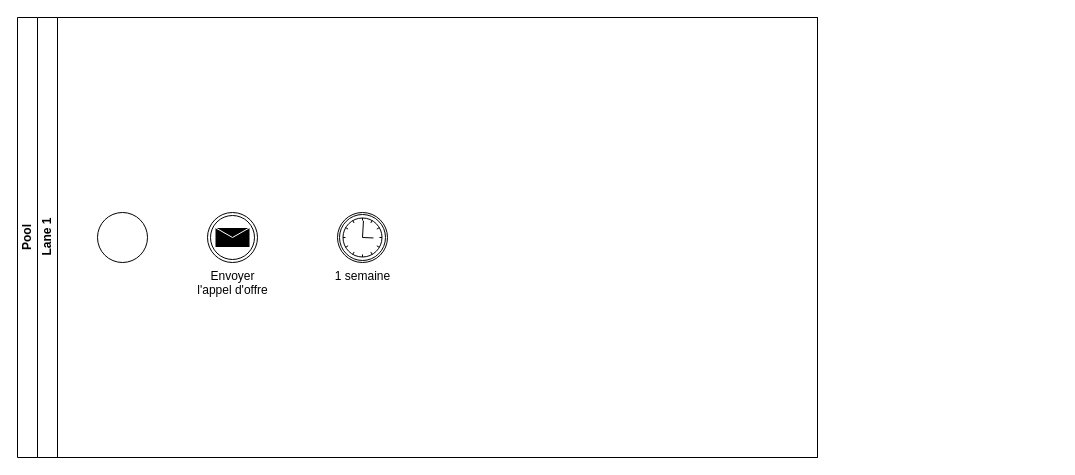
The draw.io diagram AppelOffre.drawio in quemet/Draw.io, before the edit. Source tidied: cells renumbered, new cells numbered last; positions are measured from the earlier drawing's top-left corner, leaving out a move shared by most shapes. Both pictures are drawn from the tidied source at 100%, with x=0, y=0 at pixel (17, 17).
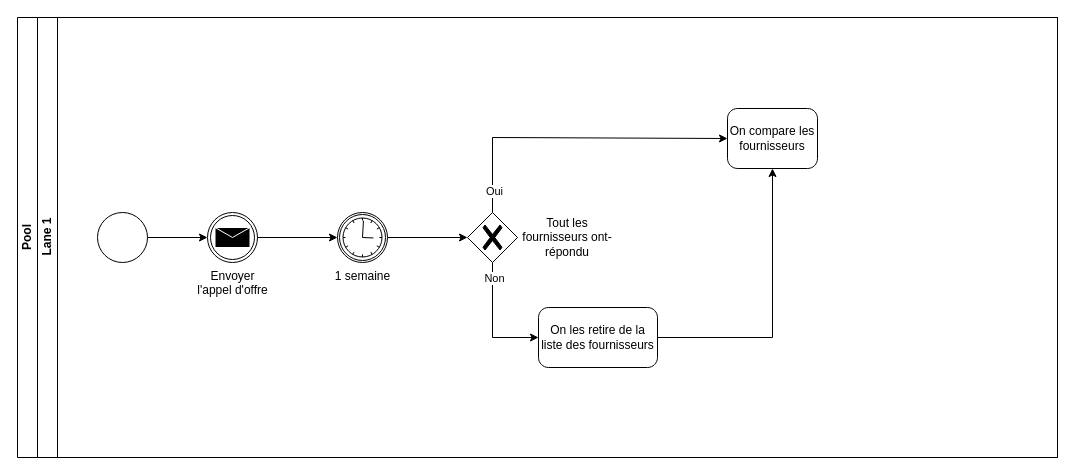
The same page after the edit.

Commit message (it also covers changes not shown here):
Mettre à jour AppelOffre.drawio

The change refers to these unchanged cells:
```xml
<mxCell id="4" style="points=[[0.145,0.145,0],[0.5,0,0],[0.855,0.145,0],[1,0.5,0],[0.855,0.855,0],[0.5,1,0],[0.145,0.855,0],[0,0.5,0]];shape=mxgraph.bpmn.event;html=1;verticalLabelPosition=bottom;labelBackgroundColor=#ffffff;verticalAlign=top;align=center;perimeter=ellipsePerimeter;outlineConnect=0;outline=standard;symbol=general;" parent="3" vertex="1">
  <mxGeometry x="60" y="195" width="50" height="50" as="geometry" />
</mxCell>
<mxCell id="5" value="Envoyer &lt;br&gt;l'appel d'offre" style="points=[[0.145,0.145,0],[0.5,0,0],[0.855,0.145,0],[1,0.5,0],[0.855,0.855,0],[0.5,1,0],[0.145,0.855,0],[0,0.5,0]];shape=mxgraph.bpmn.event;html=1;verticalLabelPosition=bottom;labelBackgroundColor=#ffffff;verticalAlign=top;align=center;perimeter=ellipsePerimeter;outlineConnect=0;outline=throwing;symbol=message;" parent="3" vertex="1">
  <mxGeometry x="170" y="195" width="50" height="50" as="geometry" />
</mxCell>
<mxCell id="6" value="1 semaine" style="points=[[0.145,0.145,0],[0.5,0,0],[0.855,0.145,0],[1,0.5,0],[0.855,0.855,0],[0.5,1,0],[0.145,0.855,0],[0,0.5,0]];shape=mxgraph.bpmn.event;html=1;verticalLabelPosition=bottom;labelBackgroundColor=#ffffff;verticalAlign=top;align=center;perimeter=ellipsePerimeter;outlineConnect=0;outline=catching;symbol=timer;" parent="3" vertex="1">
  <mxGeometry x="300" y="195" width="50" height="50" as="geometry" />
</mxCell>
```

Diff of the diagram source:
```diff
@@
     <mxCell id="2" value="Pool" style="swimlane;html=1;horizontal=0;startSize=20;whiteSpace=wrap;" parent="1" vertex="1">
-      <mxGeometry width="800" height="440" as="geometry" />
+      <mxGeometry width="1040" height="440" as="geometry" />
     </mxCell>
     <mxCell id="3" value="Lane 1" style="swimlane;html=1;startSize=20;horizontal=0;" parent="2" vertex="1">
-      <mxGeometry x="20" width="780" height="440" as="geometry" />
+      <mxGeometry x="20" width="1020" height="440" as="geometry" />
     </mxCell>
@@
+    <mxCell id="7" style="points=[[0.25,0.25,0],[0.5,0,0],[0.75,0.25,0],[1,0.5,0],[0.75,0.75,0],[0.5,1,0],[0.25,0.75,0],[0,0.5,0]];shape=mxgraph.bpmn.gateway2;html=1;verticalLabelPosition=bottom;labelBackgroundColor=#ffffff;verticalAlign=top;align=center;perimeter=rhombusPerimeter;outlineConnect=0;outline=none;symbol=none;gwType=exclusive;" parent="3" vertex="1">
+      <mxGeometry x="430" y="195" width="50" height="50" as="geometry" />
+    </mxCell>
+    <mxCell id="8" value="Tout les fournisseurs ont-répondu" style="text;html=1;strokeColor=none;fillColor=none;align=center;verticalAlign=middle;whiteSpace=wrap;rounded=0;" parent="3" vertex="1">
+      <mxGeometry x="480" y="187.5" width="100" height="65" as="geometry" />
+    </mxCell>
+    <mxCell id="9" style="endArrow=classic;html=1;rounded=0;exitX=1;exitY=0.5;exitDx=0;exitDy=0;exitPerimeter=0;entryX=0;entryY=0.5;entryDx=0;entryDy=0;entryPerimeter=0;" parent="3" edge="1" source="4" target="5">
+      <mxGeometry relative="1" as="geometry" />
+    </mxCell>
+    <mxCell id="10" style="endArrow=classic;html=1;rounded=0;exitX=1;exitY=0.5;exitDx=0;exitDy=0;exitPerimeter=0;entryX=0;entryY=0.5;entryDx=0;entryDy=0;entryPerimeter=0;" parent="3" edge="1" source="5" target="6">
+      <mxGeometry relative="1" as="geometry" />
+    </mxCell>
+    <mxCell id="11" style="endArrow=classic;html=1;rounded=0;exitX=1;exitY=0.5;exitDx=0;exitDy=0;exitPerimeter=0;entryX=0;entryY=0.5;entryDx=0;entryDy=0;entryPerimeter=0;" parent="3" edge="1" source="6" target="7">
+      <mxGeometry relative="1" as="geometry" />
+    </mxCell>
+    <mxCell id="12" value="On compare les fournisseurs" style="points=[[0.25,0,0],[0.5,0,0],[0.75,0,0],[1,0.25,0],[1,0.5,0],[1,0.75,0],[0.75,1,0],[0.5,1,0],[0.25,1,0],[0,0.75,0],[0,0.5,0],[0,0.25,0]];shape=mxgraph.bpmn.task;whiteSpace=wrap;rectStyle=rounded;size=10;html=1;taskMarker=abstract;" parent="3" vertex="1">
+      <mxGeometry x="690" y="91" width="90" height="60" as="geometry" />
+    </mxCell>
+    <mxCell id="13" style="endArrow=classic;html=1;rounded=0;exitX=0.5;exitY=0;exitDx=0;exitDy=0;exitPerimeter=0;entryX=0;entryY=0.5;entryDx=0;entryDy=0;entryPerimeter=0;" parent="3" edge="1" source="7" target="12">
+      <mxGeometry relative="1" as="geometry">
+        <Array as="points">
+          <mxPoint x="455" y="120" />
+        </Array>
+      </mxGeometry>
+    </mxCell>
+    <mxCell id="14" value="Oui" style="edgeLabel;html=1;align=center;verticalAlign=middle;" parent="13" vertex="1">
+      <mxGeometry x="-0.86" y="-1" relative="1" as="geometry" />
+    </mxCell>
+    <mxCell id="15" value="On les retire de la liste des fournisseurs" style="points=[[0.25,0,0],[0.5,0,0],[0.75,0,0],[1,0.25,0],[1,0.5,0],[1,0.75,0],[0.75,1,0],[0.5,1,0],[0.25,1,0],[0,0.75,0],[0,0.5,0],[0,0.25,0]];shape=mxgraph.bpmn.task;whiteSpace=wrap;rectStyle=rounded;size=10;html=1;taskMarker=abstract;" parent="3" vertex="1">
+      <mxGeometry x="501" y="290" width="119" height="60" as="geometry" />
+    </mxCell>
+    <mxCell id="16" style="endArrow=classic;html=1;rounded=0;exitX=0.5;exitY=1;exitDx=0;exitDy=0;exitPerimeter=0;entryX=0;entryY=0.5;entryDx=0;entryDy=0;entryPerimeter=0;" parent="3" edge="1" source="7" target="15">
+      <mxGeometry relative="1" as="geometry">
+        <Array as="points">
+          <mxPoint x="455" y="320" />
+        </Array>
+      </mxGeometry>
+    </mxCell>
+    <mxCell id="17" value="Non" style="edgeLabel;html=1;align=center;verticalAlign=middle;" parent="16" vertex="1">
+      <mxGeometry x="-0.75" y="1" relative="1" as="geometry" />
+    </mxCell>
+    <mxCell id="18" style="endArrow=classic;html=1;rounded=0;exitX=1;exitY=0.5;exitDx=0;exitDy=0;exitPerimeter=0;entryX=0.5;entryY=1;entryDx=0;entryDy=0;entryPerimeter=0;" parent="3" edge="1" source="15" target="12">
+      <mxGeometry relative="1" as="geometry">
+        <Array as="points">
+          <mxPoint x="735" y="320" />
+        </Array>
+      </mxGeometry>
+    </mxCell>
```
